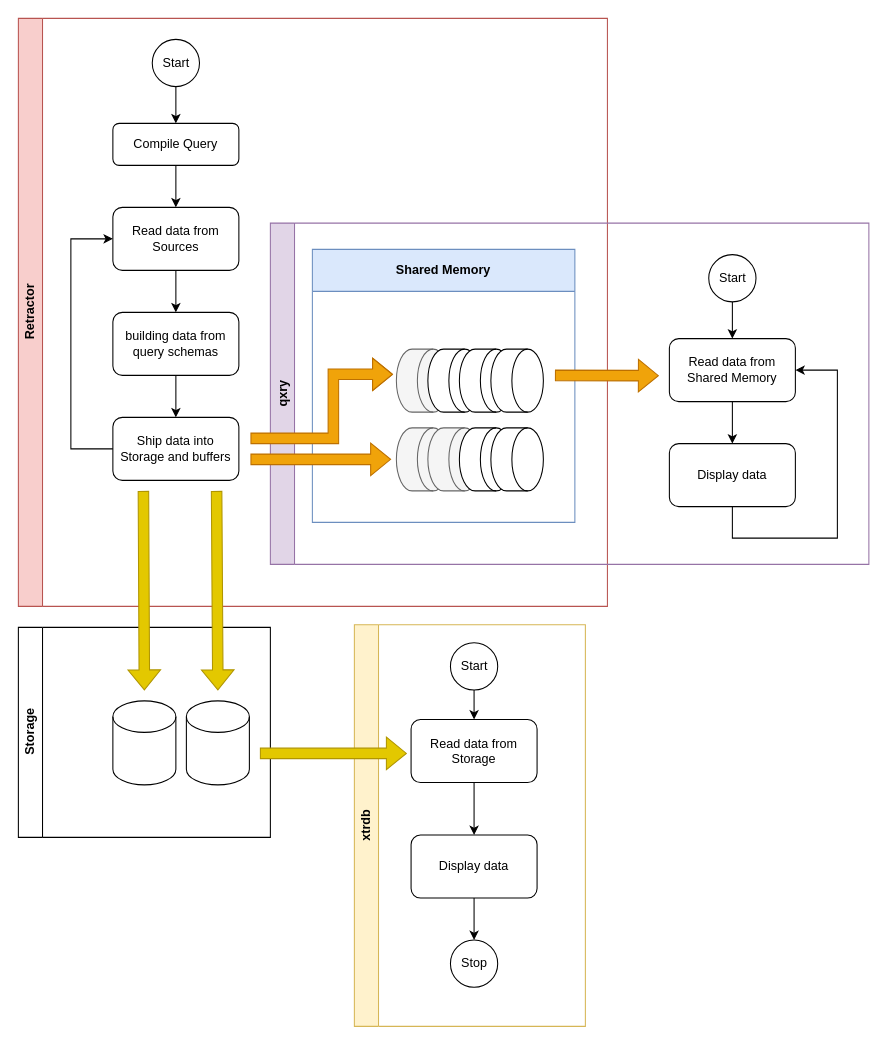
Before: src/UML/System-overview.drawio in michalwidera/retractordb, a draw.io diagram. Source tidied: cells renumbered, new cells numbered last; positions are measured from the earlier drawing's top-left corner, leaving out a move shared by most shapes. Both pictures are drawn from the tidied source at 105%, with x=0, y=0 at pixel (18, 18).
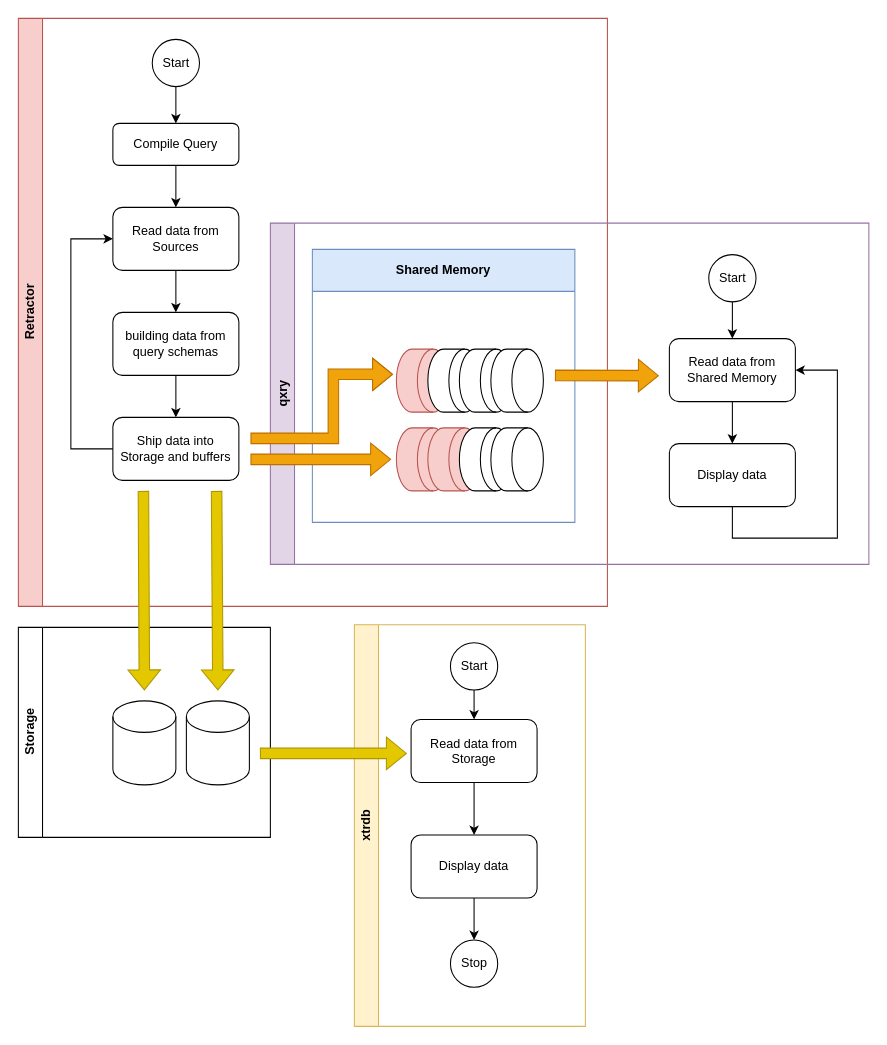
After the change.

Commit message (it also covers changes not shown here):
formating of xtrdb help

Unchanged cells that the change refers to:
```xml
<mxCell id="13" value="Shared Memory" style="swimlane;whiteSpace=wrap;html=1;startSize=40;fillColor=#dae8fc;strokeColor=#6c8ebf;" parent="6" vertex="1">
  <mxGeometry x="40" y="25" width="250" height="260" as="geometry" />
</mxCell>
```

The edit, as a diff of the source:
```diff
@@
-    <mxCell id="14" style="shape=cylinder3;whiteSpace=wrap;html=1;boundedLbl=1;backgroundOutline=1;size=15;rotation=90;fillColor=#f5f5f5;fontColor=#333333;strokeColor=#666666;" parent="13" vertex="1">
+    <mxCell id="14" style="shape=cylinder3;whiteSpace=wrap;html=1;boundedLbl=1;backgroundOutline=1;size=15;rotation=90;fillColor=#f8cecc;strokeColor=#b85450;" parent="13" vertex="1">
       <mxGeometry x="75" y="175" width="60" height="50" as="geometry" />
     </mxCell>
-    <mxCell id="15" style="shape=cylinder3;whiteSpace=wrap;html=1;boundedLbl=1;backgroundOutline=1;size=15;rotation=90;fillColor=#f5f5f5;fontColor=#333333;strokeColor=#666666;" parent="13" vertex="1">
+    <mxCell id="15" style="shape=cylinder3;whiteSpace=wrap;html=1;boundedLbl=1;backgroundOutline=1;size=15;rotation=90;fillColor=#f8cecc;strokeColor=#b85450;" parent="13" vertex="1">
       <mxGeometry x="105" y="175" width="60" height="50" as="geometry" />
     </mxCell>
@@
-    <mxCell id="18" style="shape=cylinder3;whiteSpace=wrap;html=1;boundedLbl=1;backgroundOutline=1;size=15;rotation=90;fillColor=#f5f5f5;fontColor=#333333;strokeColor=#666666;" parent="13" vertex="1">
+    <mxCell id="18" style="shape=cylinder3;whiteSpace=wrap;html=1;boundedLbl=1;backgroundOutline=1;size=15;rotation=90;fillColor=#f8cecc;strokeColor=#b85450;" parent="13" vertex="1">
       <mxGeometry x="75" y="100" width="60" height="50" as="geometry" />
     </mxCell>
```
